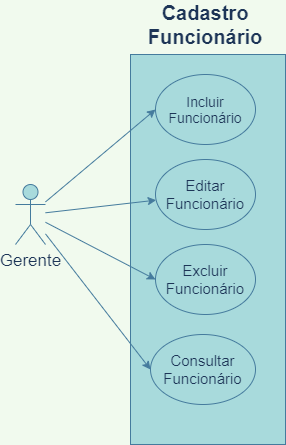
Earlier version of the draw.io export CadastrarFuncionario.png (hinname/project-Restaurant). Source tidied: cells renumbered, new cells last; positions are measured from the earlier drawing's top-left corner, leaving out a move shared by most shapes.
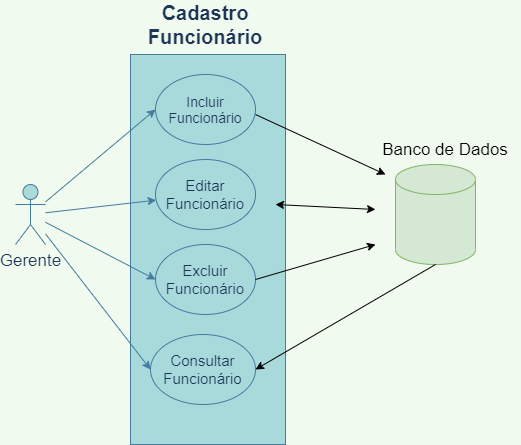
The same diagram one commit later.

Diff of the diagram source:
```diff
@@ -35,5 +35,33 @@
     <mxCell id="12" style="endArrow=classic;html=1;entryX=0;entryY=0.5;entryDx=0;entryDy=0;labelBackgroundColor=#F1FAEE;strokeColor=#457B9D;fontColor=#1D3557;" parent="1" edge="1" source="3" target="11">
       <mxGeometry relative="1" as="geometry" />
     </mxCell>
+    <mxCell id="13" style="shape=cylinder3;whiteSpace=wrap;html=1;boundedLbl=1;backgroundOutline=1;size=15;fillColor=#d5e8d4;strokeColor=#82b366;" parent="1" vertex="1">
+      <mxGeometry x="380" y="150" width="80" height="100" as="geometry" />
+    </mxCell>
+    <mxCell id="14" value="&lt;font style=&quot;font-size: 17px&quot;&gt;Banco de Dados&lt;/font&gt;" style="text;html=1;strokeColor=none;fillColor=none;align=center;verticalAlign=middle;whiteSpace=wrap;rounded=0;" parent="1" vertex="1">
+      <mxGeometry x="355" y="125" width="150" height="20" as="geometry" />
+    </mxCell>
+    <mxCell id="15" style="endArrow=classic;startArrow=classic;html=1;" parent="1" edge="1">
+      <mxGeometry relative="1" as="geometry">
+        <mxPoint x="260" y="190" as="sourcePoint" />
+        <mxPoint x="360" y="195" as="targetPoint" />
+      </mxGeometry>
+    </mxCell>
+    <mxCell id="16" style="endArrow=classic;html=1;" parent="1" edge="1">
+      <mxGeometry relative="1" as="geometry">
+        <mxPoint x="240" y="100" as="sourcePoint" />
+        <mxPoint x="370" y="160" as="targetPoint" />
+      </mxGeometry>
+    </mxCell>
+    <mxCell id="17" style="endArrow=classic;html=1;exitX=1;exitY=0.5;exitDx=0;exitDy=0;" parent="1" edge="1" source="6">
+      <mxGeometry relative="1" as="geometry">
+        <mxPoint x="360" y="230" as="targetPoint" />
+      </mxGeometry>
+    </mxCell>
+    <mxCell id="18" style="endArrow=classic;html=1;entryX=1;entryY=0.5;entryDx=0;entryDy=0;" parent="1" edge="1" target="11">
+      <mxGeometry relative="1" as="geometry">
+        <mxPoint x="420" y="250" as="sourcePoint" />
+      </mxGeometry>
+    </mxCell>
   </root>
 </mxGraphModel>
```
